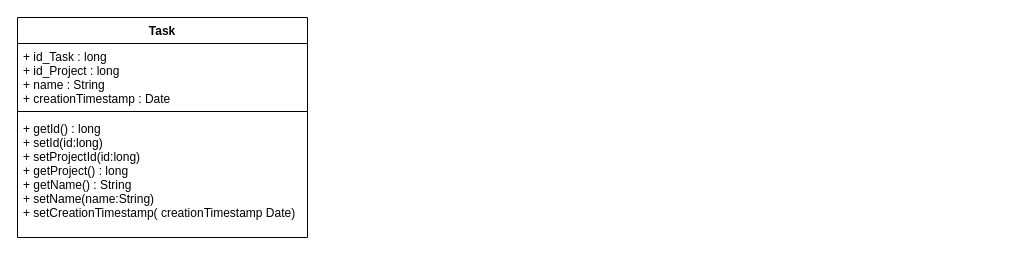
Above: Diagramme sans nom.drawio in PierreGaillot/todoc-master (draw.io), before the change. Source tidied: cells renumbered, new cells numbered last; positions are measured from the earlier drawing's top-left corner, leaving out a move shared by most shapes. Both pictures are drawn from the tidied source at 100%, with x=0, y=0 at pixel (17, 17).
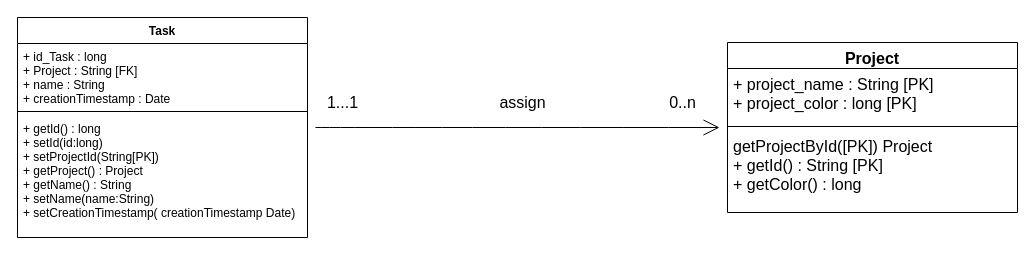
The same diagram, later.

Commit message:
Mettre à jour Diagramme sans nom.drawio

The edit, as a diff of the source:
```diff
@@
 <mxGraphModel>
   <root>
     <mxCell id="0" />
     <mxCell id="1" parent="0" />
+    <mxCell id="6" style="edgeStyle=none;curved=1;rounded=0;jettySize=auto;html=1;fontSize=12;endArrow=open;startSize=14;endSize=14;sourcePerimeterSpacing=8;targetPerimeterSpacing=8;" parent="1" edge="1" source="2" target="7">
+      <mxGeometry relative="1" as="geometry" />
+    </mxCell>
-    <mxCell id="2" value="Task" style="swimlane;fontStyle=1;align=center;verticalAlign=top;horizontal=1;startSize=26;" parent="1" vertex="1">
+    <mxCell id="2" value="Task&#10;" style="swimlane;fontStyle=1;align=center;verticalAlign=top;horizontal=1;startSize=26;" parent="1" vertex="1">
       <mxGeometry width="290" height="220" as="geometry" />
     </mxCell>
-    <mxCell id="3" value="+ id_Task : long&#10;+ id_Project : long&#10;+ name : String&#10;+ creationTimestamp : Date" style="text;strokeColor=none;fillColor=none;align=left;verticalAlign=top;spacingLeft=4;spacingRight=4;overflow=hidden;" parent="2" vertex="1">
+    <mxCell id="3" value="+ id_Task : long&#10;+ Project : String [FK]&#10;+ name : String&#10;+ creationTimestamp : Date" style="text;strokeColor=none;fillColor=none;align=left;verticalAlign=top;spacingLeft=4;spacingRight=4;overflow=hidden;" parent="2" vertex="1">
       <mxGeometry y="26" width="290" height="64" as="geometry" />
     </mxCell>
     <mxCell id="4" style="line;strokeWidth=1;fillColor=none;align=left;verticalAlign=middle;spacingTop=-1;spacingLeft=3;spacingRight=3;labelPosition=right;strokeColor=inherit;" parent="2" vertex="1">
       <mxGeometry y="90" width="290" height="8" as="geometry" />
     </mxCell>
-    <mxCell id="5" value="+ getId() : long&#10;+ setId(id:long)&#10;+ setProjectId(id:long)&#10;+ getProject() : long&#10;+ getName() : String&#10;+ setName(name:String)&#10;+ setCreationTimestamp( creationTimestamp Date)" style="text;strokeColor=none;fillColor=none;align=left;verticalAlign=top;spacingLeft=4;spacingRight=4;overflow=hidden;" parent="2" vertex="1">
+    <mxCell id="5" value="+ getId() : long&#10;+ setId(id:long)&#10;+ setProjectId(String[PK])&#10;+ getProject() : Project&#10;+ getName() : String&#10;+ setName(name:String)&#10;+ setCreationTimestamp( creationTimestamp Date)" style="text;strokeColor=none;fillColor=none;align=left;verticalAlign=top;spacingLeft=4;spacingRight=4;overflow=hidden;" parent="2" vertex="1">
       <mxGeometry y="98" width="290" height="122" as="geometry" />
     </mxCell>
+    <mxCell id="7" value="Project" style="swimlane;fontStyle=1;align=center;verticalAlign=top;horizontal=1;startSize=26;fontSize=16;" parent="1" vertex="1">
+      <mxGeometry x="710" y="25" width="290" height="170" as="geometry" />
+    </mxCell>
+    <mxCell id="8" value="+ project_name : String [PK]&#10;+ project_color : long [PK]" style="text;strokeColor=none;fillColor=none;align=left;verticalAlign=top;spacingLeft=4;spacingRight=4;overflow=hidden;fontSize=16;" parent="7" vertex="1">
+      <mxGeometry y="26" width="290" height="54" as="geometry" />
+    </mxCell>
+    <mxCell id="9" style="line;strokeWidth=1;fillColor=none;align=left;verticalAlign=middle;spacingTop=-1;spacingLeft=3;spacingRight=3;labelPosition=right;strokeColor=inherit;fontSize=16;" parent="7" vertex="1">
+      <mxGeometry y="80" width="290" height="8" as="geometry" />
+    </mxCell>
+    <mxCell id="10" value="getProjectById([PK]) Project&#10;+ getId() : String [PK]&#10;+ getColor() : long" style="text;strokeColor=none;fillColor=none;align=left;verticalAlign=top;spacingLeft=4;spacingRight=4;overflow=hidden;fontSize=16;" parent="7" vertex="1">
+      <mxGeometry y="88" width="290" height="82" as="geometry" />
+    </mxCell>
+    <mxCell id="11" value="1...1" style="text;html=1;align=center;verticalAlign=middle;strokeColor=none;fillColor=none;fontSize=16;" parent="1" vertex="1">
+      <mxGeometry x="300" y="70" width="50" height="30" as="geometry" />
+    </mxCell>
+    <mxCell id="12" value="0..n" style="text;html=1;align=center;verticalAlign=middle;strokeColor=none;fillColor=none;fontSize=16;" parent="1" vertex="1">
+      <mxGeometry x="640" y="70" width="50" height="30" as="geometry" />
+    </mxCell>
+    <mxCell id="13" value="assign" style="text;html=1;align=center;verticalAlign=middle;strokeColor=none;fillColor=none;fontSize=16;" parent="1" vertex="1">
+      <mxGeometry x="470" y="70" width="70" height="30" as="geometry" />
+    </mxCell>
   </root>
 </mxGraphModel>
```
